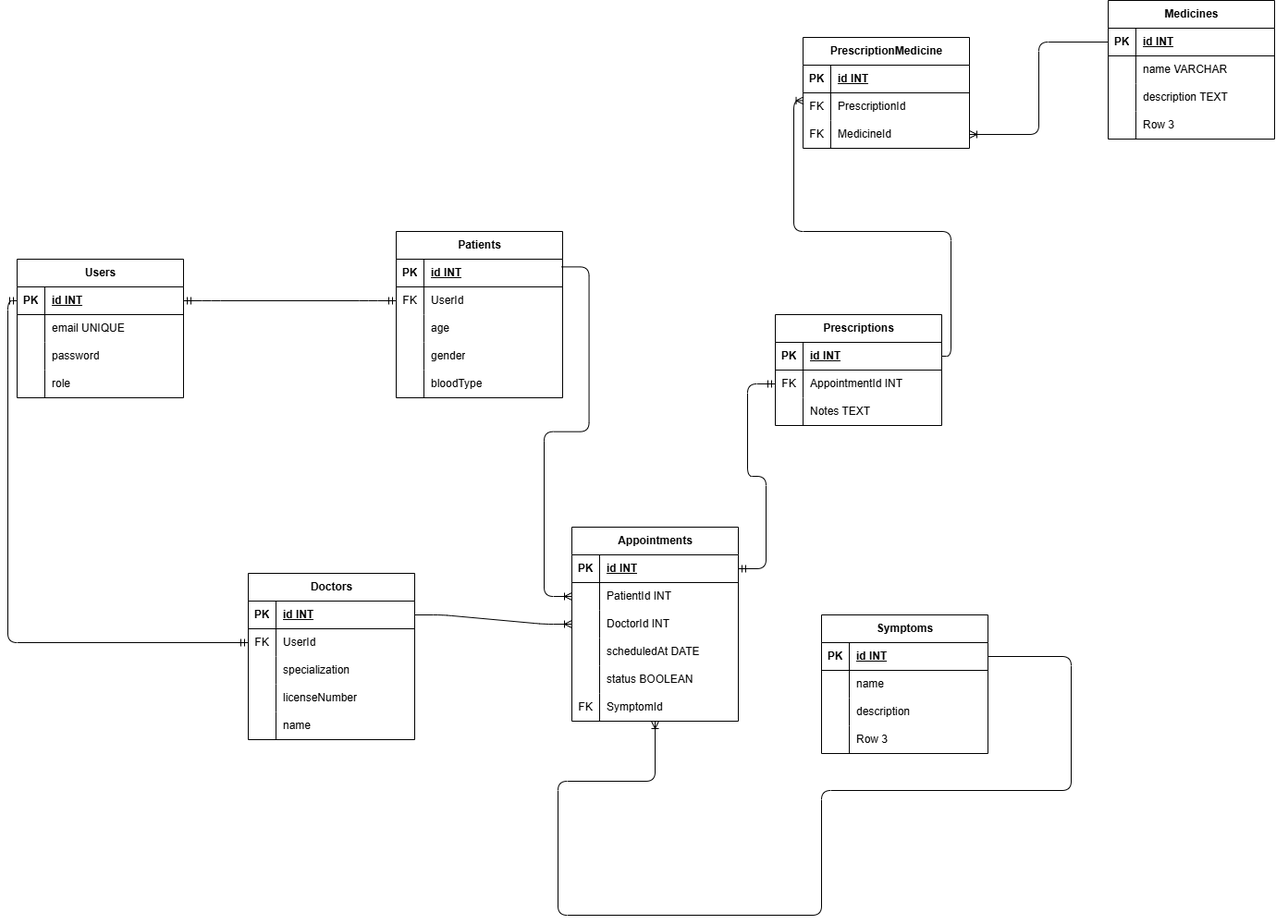
harryrismananda/PP-HCK87-Klik-Gigi keeps this draw.io diagram as erd.drawio.png. Above is the earlier version. Source tidied: cells renumbered, new cells last; positions are measured from the earlier drawing's top-left corner, leaving out a move shared by most shapes.
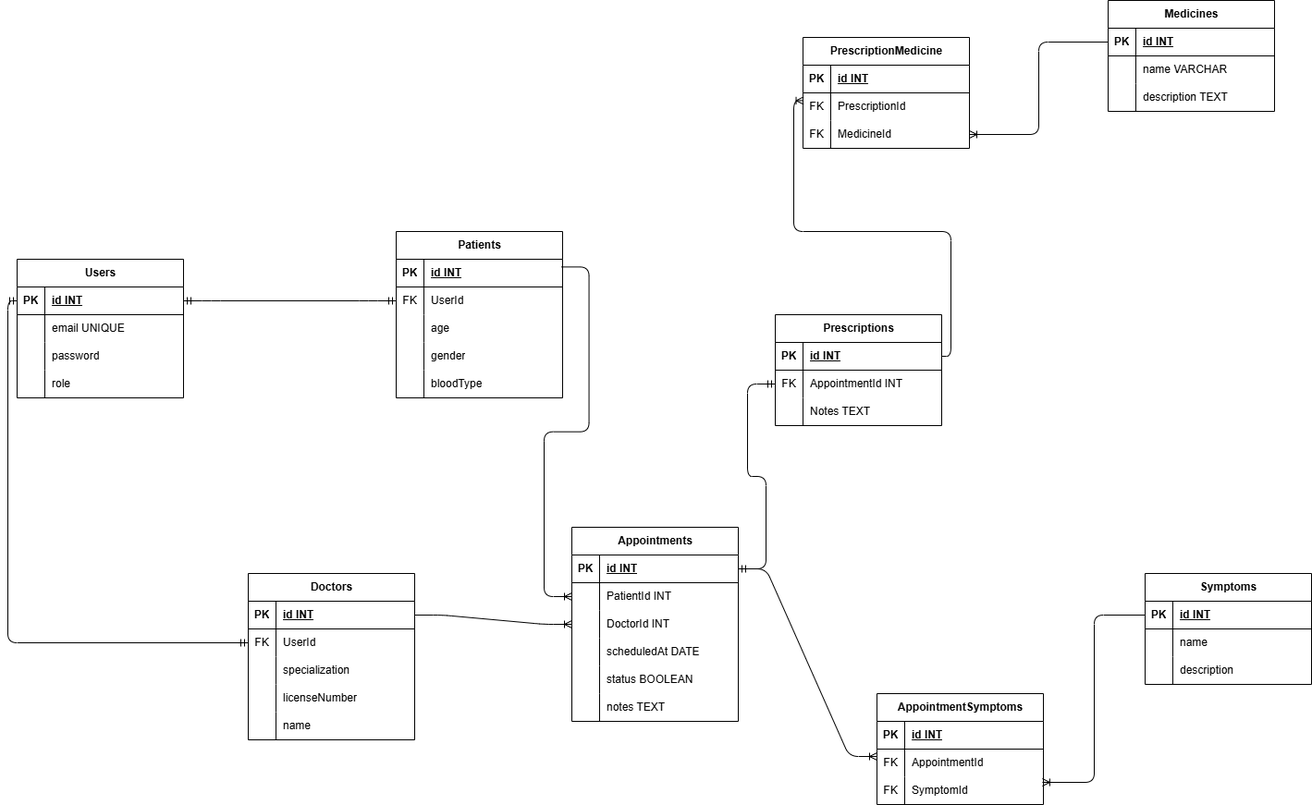
The same diagram one commit later.

What changed in the source:
```diff
@@ -138,7 +138,7 @@
       <mxGeometry x="30" width="150" height="30" as="geometry" />
     </mxCell>
     <mxCell id="47" value="Symptoms" style="shape=table;startSize=30;rowLines=0;fontStyle=1;align=center;html=1;" parent="1" vertex="1">
-      <mxGeometry x="870" y="665" width="180" height="150" as="geometry" />
+      <mxGeometry x="1220" y="620" width="180" height="120" as="geometry" />
     </mxCell>
     <mxCell id="48" style="shape=tableRow;horizontal=0;startSize=0;swimlaneHead=0;swimlaneBody=0;fillColor=none;points=[[0,0.5],[1,0.5]];portConstraint=eastwest;top=0;left=0;right=0;bottom=1;" parent="47" vertex="1">
       <mxGeometry y="30" width="180" height="30" as="geometry" />
@@ -167,15 +167,6 @@
     <mxCell id="56" value="description" style="shape=partialRectangle;fillColor=none;top=0;left=0;bottom=0;right=0;align=left;spacingLeft=6;overflow=hidden;whiteSpace=wrap;html=1;" parent="54" vertex="1">
       <mxGeometry x="30" width="150" height="30" as="geometry" />
     </mxCell>
-    <mxCell id="57" style="shape=tableRow;horizontal=0;startSize=0;swimlaneHead=0;swimlaneBody=0;fillColor=none;top=0;left=0;right=0;bottom=0;" parent="47" vertex="1">
-      <mxGeometry y="120" width="180" height="30" as="geometry" />
-    </mxCell>
-    <mxCell id="58" style="shape=partialRectangle;fillColor=none;top=0;left=0;bottom=0;right=0;overflow=hidden;whiteSpace=wrap;html=1;" parent="57" vertex="1">
-      <mxGeometry width="30" height="30" as="geometry" />
-    </mxCell>
-    <mxCell id="59" value="Row 3" style="shape=partialRectangle;fillColor=none;top=0;left=0;bottom=0;right=0;align=left;spacingLeft=6;overflow=hidden;whiteSpace=wrap;html=1;" parent="57" vertex="1">
-      <mxGeometry x="30" width="150" height="30" as="geometry" />
-    </mxCell>
     <mxCell id="60" value="Appointments" style="shape=table;startSize=30;rowLines=0;fontStyle=1;align=center;html=1;" parent="1" vertex="1">
       <mxGeometry x="600" y="570" width="180" height="210" as="geometry" />
     </mxCell>
@@ -227,14 +218,14 @@
     <mxCell id="76" style="shape=tableRow;horizontal=0;startSize=0;swimlaneHead=0;swimlaneBody=0;fillColor=none;points=[[0,0.5],[1,0.5]];portConstraint=eastwest;top=0;left=0;right=0;bottom=0;" parent="60" vertex="1">
       <mxGeometry y="180" width="180" height="30" as="geometry" />
     </mxCell>
-    <mxCell id="77" value="FK" style="shape=partialRectangle;fillColor=none;top=0;left=0;bottom=0;right=0;overflow=hidden;whiteSpace=wrap;html=1;" parent="76" vertex="1">
-      <mxGeometry width="30" height="30" as="geometry" />
-    </mxCell>
-    <mxCell id="78" value="SymptomId" style="shape=partialRectangle;fillColor=none;top=0;left=0;bottom=0;right=0;align=left;spacingLeft=6;overflow=hidden;whiteSpace=wrap;html=1;" parent="76" vertex="1">
-      <mxGeometry x="30" width="150" height="30" as="geometry" />
-    </mxCell>
+    <mxCell id="120" style="shape=partialRectangle;fillColor=none;top=0;left=0;bottom=0;right=0;overflow=hidden;whiteSpace=wrap;html=1;" parent="76" vertex="1">
+      <mxGeometry width="30" height="30" as="geometry" />
+    </mxCell>
+    <mxCell id="121" value="notes TEXT" style="shape=partialRectangle;fillColor=none;top=0;left=0;bottom=0;right=0;align=left;spacingLeft=6;overflow=hidden;whiteSpace=wrap;html=1;" parent="76" vertex="1">
+      <mxGeometry x="30" width="150" height="30" as="geometry" />
+    </mxCell>
     <mxCell id="79" value="Medicines" style="shape=table;startSize=30;rowLines=0;fontStyle=1;align=center;html=1;" parent="1" vertex="1">
-      <mxGeometry x="1180" width="180" height="150" as="geometry" />
+      <mxGeometry x="1180" width="180" height="120" as="geometry" />
     </mxCell>
     <mxCell id="80" style="shape=tableRow;horizontal=0;startSize=0;swimlaneHead=0;swimlaneBody=0;fillColor=none;points=[[0,0.5],[1,0.5]];portConstraint=eastwest;top=0;left=0;right=0;bottom=1;" parent="79" vertex="1">
       <mxGeometry y="30" width="180" height="30" as="geometry" />
@@ -263,15 +254,6 @@
     <mxCell id="88" value="description TEXT" style="shape=partialRectangle;fillColor=none;top=0;left=0;bottom=0;right=0;align=left;spacingLeft=6;overflow=hidden;whiteSpace=wrap;html=1;" parent="86" vertex="1">
       <mxGeometry x="30" width="150" height="30" as="geometry" />
     </mxCell>
-    <mxCell id="89" style="shape=tableRow;horizontal=0;startSize=0;swimlaneHead=0;swimlaneBody=0;fillColor=none;top=0;left=0;right=0;bottom=0;" parent="79" vertex="1">
-      <mxGeometry y="120" width="180" height="30" as="geometry" />
-    </mxCell>
-    <mxCell id="90" style="shape=partialRectangle;fillColor=none;top=0;left=0;bottom=0;right=0;overflow=hidden;whiteSpace=wrap;html=1;" parent="89" vertex="1">
-      <mxGeometry width="30" height="30" as="geometry" />
-    </mxCell>
-    <mxCell id="91" value="Row 3" style="shape=partialRectangle;fillColor=none;top=0;left=0;bottom=0;right=0;align=left;spacingLeft=6;overflow=hidden;whiteSpace=wrap;html=1;" parent="89" vertex="1">
-      <mxGeometry x="30" width="150" height="30" as="geometry" />
-    </mxCell>
     <mxCell id="92" value="Prescriptions" style="shape=table;startSize=30;rowLines=0;fontStyle=1;align=center;html=1;" parent="1" vertex="1">
       <mxGeometry x="820" y="340" width="180" height="120" as="geometry" />
     </mxCell>
@@ -350,21 +332,44 @@
     <mxCell id="117" style="edgeStyle=orthogonalEdgeStyle;fontSize=12;html=1;endArrow=ERoneToMany;exitX=0;exitY=0.5;exitDx=0;exitDy=0;entryX=1;entryY=0.5;entryDx=0;entryDy=0;" parent="1" edge="1" source="80" target="113">
       <mxGeometry relative="1" as="geometry" />
     </mxCell>
-    <mxCell id="118" style="edgeStyle=orthogonalEdgeStyle;fontSize=12;html=1;endArrow=ERoneToMany;exitX=1;exitY=0.5;exitDx=0;exitDy=0;" parent="1" edge="1" source="48" target="76">
-      <mxGeometry relative="1" as="geometry">
-        <Array as="points">
-          <mxPoint x="1140" y="710" />
-          <mxPoint x="1140" y="855" />
-          <mxPoint x="870" y="855" />
-          <mxPoint x="870" y="990" />
-          <mxPoint x="585" y="990" />
-          <mxPoint x="585" y="845" />
-          <mxPoint x="690" y="845" />
-        </Array>
-      </mxGeometry>
-    </mxCell>
     <mxCell id="119" style="edgeStyle=entityRelationEdgeStyle;fontSize=12;html=1;endArrow=ERmandOne;startArrow=ERmandOne;entryX=0;entryY=0.5;entryDx=0;entryDy=0;" parent="1" edge="1" source="61" target="96">
       <mxGeometry relative="1" as="geometry" />
     </mxCell>
+    <mxCell id="122" value="AppointmentSymptoms" style="shape=table;startSize=30;rowLines=0;fontStyle=1;align=center;html=1;" parent="1" vertex="1">
+      <mxGeometry x="930" y="750" width="180" height="120" as="geometry" />
+    </mxCell>
+    <mxCell id="123" style="shape=tableRow;horizontal=0;startSize=0;swimlaneHead=0;swimlaneBody=0;fillColor=none;top=0;left=0;right=0;bottom=1;" parent="122" vertex="1">
+      <mxGeometry y="30" width="180" height="30" as="geometry" />
+    </mxCell>
+    <mxCell id="124" value="PK" style="shape=partialRectangle;fillColor=none;top=0;left=0;bottom=0;right=0;fontStyle=1;overflow=hidden;whiteSpace=wrap;html=1;" parent="123" vertex="1">
+      <mxGeometry width="30" height="30" as="geometry" />
+    </mxCell>
+    <mxCell id="125" value="id INT" style="shape=partialRectangle;fillColor=none;top=0;left=0;bottom=0;right=0;align=left;spacingLeft=6;fontStyle=5;overflow=hidden;whiteSpace=wrap;html=1;" parent="123" vertex="1">
+      <mxGeometry x="30" width="150" height="30" as="geometry" />
+    </mxCell>
+    <mxCell id="126" style="shape=tableRow;horizontal=0;startSize=0;swimlaneHead=0;swimlaneBody=0;fillColor=none;points=[[0,0.5],[1,0.5]];portConstraint=eastwest;top=0;left=0;right=0;bottom=0;" parent="122" vertex="1">
+      <mxGeometry y="60" width="180" height="30" as="geometry" />
+    </mxCell>
+    <mxCell id="127" value="FK" style="shape=partialRectangle;fillColor=none;top=0;left=0;bottom=0;right=0;overflow=hidden;whiteSpace=wrap;html=1;" parent="126" vertex="1">
+      <mxGeometry width="30" height="30" as="geometry" />
+    </mxCell>
+    <mxCell id="128" value="AppointmentId" style="shape=partialRectangle;fillColor=none;top=0;left=0;bottom=0;right=0;align=left;spacingLeft=6;overflow=hidden;whiteSpace=wrap;html=1;" parent="126" vertex="1">
+      <mxGeometry x="30" width="150" height="30" as="geometry" />
+    </mxCell>
+    <mxCell id="129" style="shape=tableRow;horizontal=0;startSize=0;swimlaneHead=0;swimlaneBody=0;fillColor=none;points=[[0,0.5],[1,0.5]];portConstraint=eastwest;top=0;left=0;right=0;bottom=0;" parent="122" vertex="1">
+      <mxGeometry y="90" width="180" height="30" as="geometry" />
+    </mxCell>
+    <mxCell id="130" value="FK" style="shape=partialRectangle;fillColor=none;top=0;left=0;bottom=0;right=0;overflow=hidden;whiteSpace=wrap;html=1;" parent="129" vertex="1">
+      <mxGeometry width="30" height="30" as="geometry" />
+    </mxCell>
+    <mxCell id="78" value="SymptomId" style="shape=partialRectangle;fillColor=none;top=0;left=0;bottom=0;right=0;align=left;spacingLeft=6;overflow=hidden;whiteSpace=wrap;html=1;" parent="129" vertex="1">
+      <mxGeometry x="30" width="150" height="30" as="geometry" />
+    </mxCell>
+    <mxCell id="131" style="edgeStyle=entityRelationEdgeStyle;fontSize=12;html=1;endArrow=ERoneToMany;exitX=1;exitY=0.5;exitDx=0;exitDy=0;entryX=0;entryY=0.267;entryDx=0;entryDy=0;entryPerimeter=0;" parent="1" edge="1" source="61" target="126">
+      <mxGeometry relative="1" as="geometry" />
+    </mxCell>
+    <mxCell id="132" style="edgeStyle=orthogonalEdgeStyle;fontSize=12;html=1;endArrow=ERoneToMany;exitX=0;exitY=0.5;exitDx=0;exitDy=0;entryX=0.994;entryY=0.2;entryDx=0;entryDy=0;entryPerimeter=0;" parent="1" edge="1" source="48" target="129">
+      <mxGeometry relative="1" as="geometry" />
+    </mxCell>
   </root>
 </mxGraphModel>
```
